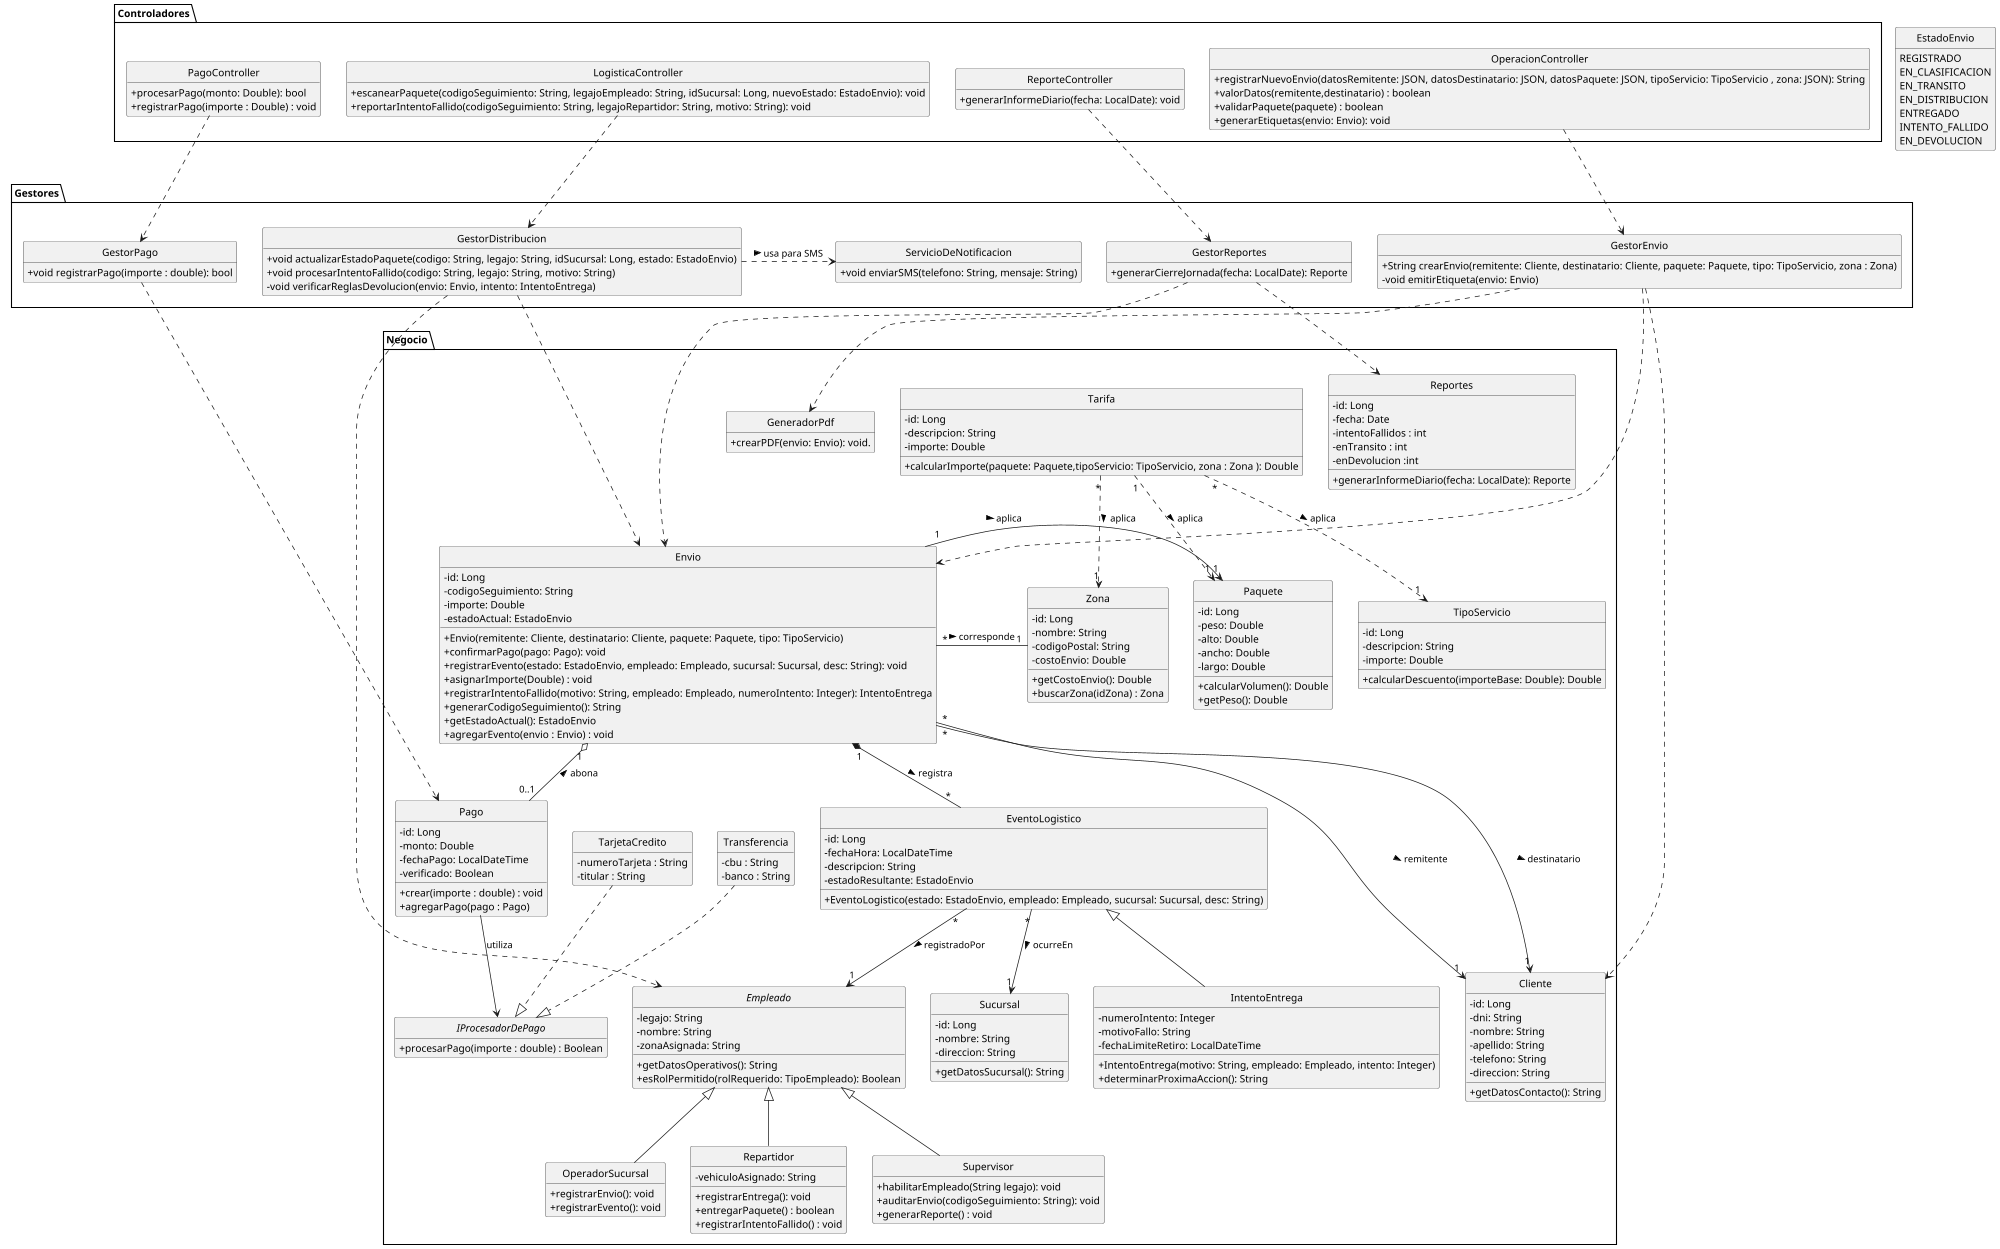
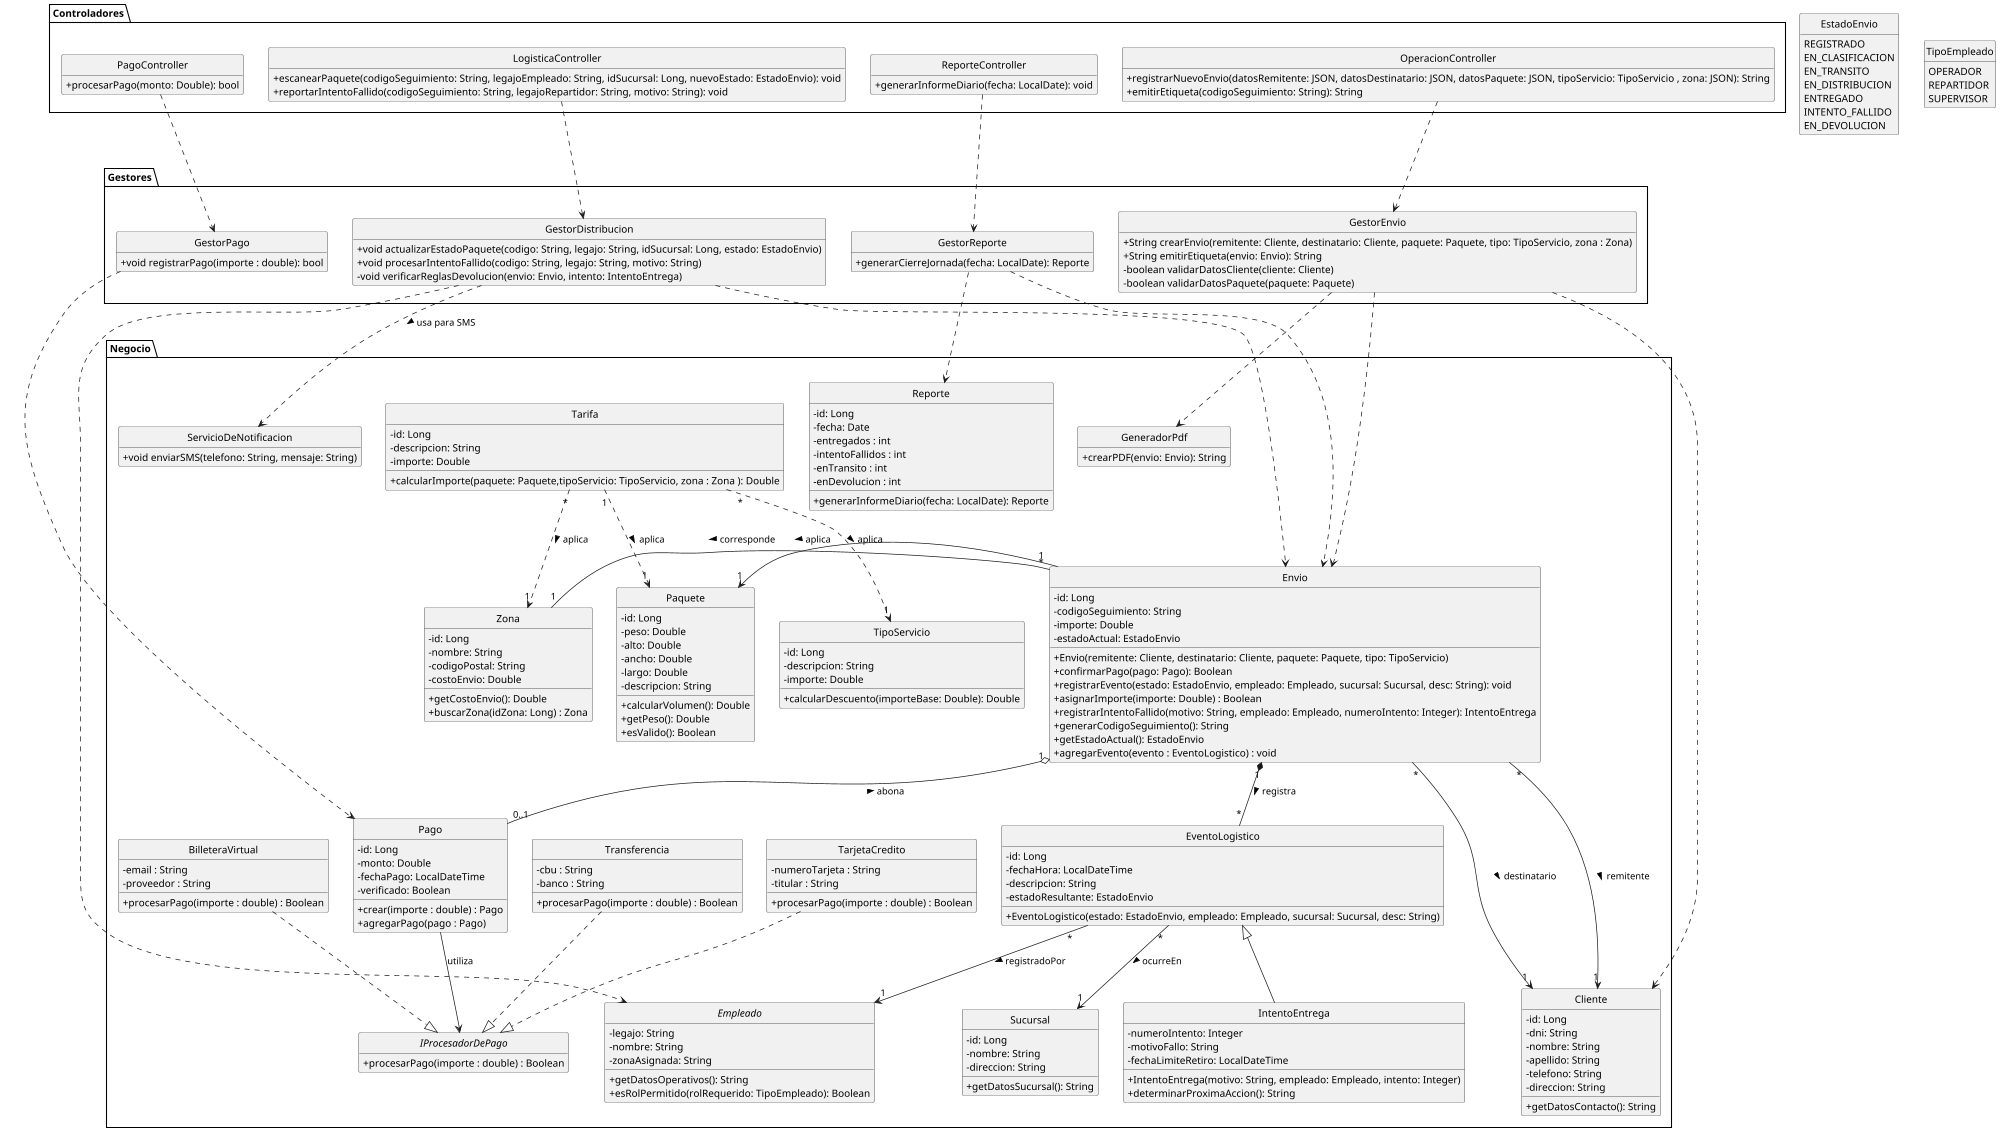
@startuml
scale max 2000 width
skinparam classAttributeIconSize 0
skinparam style strictuml
skinparam DefaultFontName "Arial"
hide empty members

- package Negocio{
-   ' interface Suscripcion {
- 
-   '   + esPrioritario(): Boolean
-   ' }
+ package Negocio {

  ' --- ENTIDADES DE DOMINIO (Lógica y Estado) ---
  class Cliente {
    - id: Long
    - dni: String
    - nombre: String
    - apellido: String
    - telefono: String
    - direccion: String
    + getDatosContacto(): String
  }

  class Envio {
    - id: Long
    - codigoSeguimiento: String
    - importe: Double
    - estadoActual: EstadoEnvio

    + Envio(remitente: Cliente, destinatario: Cliente, paquete: Paquete, tipo: TipoServicio)
-     + confirmarPago(pago: Pago): void
+     + confirmarPago(pago: Pago): Boolean
    + registrarEvento(estado: EstadoEnvio, empleado: Empleado, sucursal: Sucursal, desc: String): void
-     + asignarImporte(Double) : void
+     + asignarImporte(importe: Double) : Boolean
    + registrarIntentoFallido(motivo: String, empleado: Empleado, numeroIntento: Integer): IntentoEntrega
    + generarCodigoSeguimiento(): String
    + getEstadoActual(): EstadoEnvio
-     + agregarEvento(envio : Envio) : void
+     + agregarEvento(evento : EventoLogistico) : void
  }

  class TipoServicio{
    - id: Long
    - descripcion: String
    - importe: Double
    + calcularDescuento(importeBase: Double): Double
  }

  class Paquete {
    - id: Long
    - peso: Double
    - alto: Double
    - ancho: Double
    - largo: Double
+     - descripcion: String
    + calcularVolumen(): Double
    + getPeso(): Double
+     + esValido(): Boolean
  }

  class Pago {
    - id: Long
    - monto: Double
    - fechaPago: LocalDateTime
    - verificado: Boolean
-     + crear(importe : double) : void
+     + crear(importe : double) : Pago
    + agregarPago(pago : Pago)
  }

  interface IProcesadorDePago{
-     +procesarPago(importe : double) : Boolean
- }
- 
- class TarjetaCredito{
-     -numeroTarjeta : String
-     -titular : String
- }
- 
- class Transferencia{
-     -cbu : String
-     -banco : String
- }
- 
+     + procesarPago(importe : double) : Boolean
+   }
+ 
+   class TarjetaCredito{
+     - numeroTarjeta : String
+     - titular : String
+     + procesarPago(importe : double) : Boolean
+   }
+ 
+   class Transferencia{
+     - cbu : String
+     - banco : String
+     + procesarPago(importe : double) : Boolean
+   }
+ 
+   class BilleteraVirtual{
+     - email : String
+     - proveedor : String
+     + procesarPago(importe : double) : Boolean
+   }

  abstract class Empleado {
    - legajo: String
    - nombre: String
    - zonaAsignada: String
    + getDatosOperativos(): String
    + esRolPermitido(rolRequerido: TipoEmpleado): Boolean
  }

-   class OperadorSucursal {
-     + registrarEnvio(): void
-     + registrarEvento(): void
-   }
  class Sucursal{
    - id: Long
    - nombre: String
    - direccion: String
    + getDatosSucursal(): String
  }

-   class Repartidor {
-     - vehiculoAsignado: String
-     + registrarEntrega(): void
-     + entregarPaquete() : boolean
-     + registrarIntentoFallido() : void
-    }
- 
-   class Supervisor {
-     + habilitarEmpleado(String legajo): void
-     + auditarEnvio(codigoSeguimiento: String): void
- + generarReporte() : void
-   }
- 
-   class Reportes{
+   class Reporte{
    - id: Long
    - fecha: Date
+     - entregados : int
    - intentoFallidos : int
    - enTransito : int
-     - enDevolucion :int
+     - enDevolucion : int
    + generarInformeDiario(fecha: LocalDate): Reporte
- 
  }

 class Zona {
    - id: Long
    - nombre: String
    - codigoPostal: String
    - costoEnvio: Double
    + getCostoEnvio(): Double
-     + buscarZona(idZona) : Zona
-   }
- 
+     + buscarZona(idZona: Long) : Zona
+   }

  class Tarifa{
    - id: Long
    - descripcion: String
    - importe: Double
    + calcularImporte(paquete: Paquete,tipoServicio: TipoServicio, zona : Zona ): Double
  }

-   class EventoLogistico
- {
+   class EventoLogistico {
    - id: Long
    - fechaHora: LocalDateTime
    - descripcion: String
    - estadoResultante: EstadoEnvio
    + EventoLogistico(estado: EstadoEnvio, empleado: Empleado, sucursal: Sucursal, desc: String)
  }
- 
- '   class SuscripcionMensual
- ' {
- '     -fechaVencimiento : LocalDate
- '     -servicioPrioritario : boolean
- '     -descuento : double
- '   }
- '   note right of SuscripcionMensual
- '     La cardinalidad 0 a 1 indica que puede o no tener
- ' una suscripción. Con lo cual queda la clase anexada a cliente para un futuro
- 
- '   end note

  class IntentoEntrega {
    - numeroIntento: Integer
    - motivoFallo: String
    - fechaLimiteRetiro: LocalDateTime
    + IntentoEntrega(motivo: String, empleado: Empleado, intento: Integer)
    + determinarProximaAccion(): String
  }
-     class GeneradorPdf {
-     + crearPDF(envio: Envio): void.
-   }
- 
+ 
+   class GeneradorPdf {
+     + crearPDF(envio: Envio): String
+   }
+ 
+   class ServicioDeNotificacion {
+     + void enviarSMS(telefono: String, mensaje: String)
+   }
}

EventoLogistico <|-- IntentoEntrega
- Empleado <|-- OperadorSucursal
- Empleado <|-- Repartidor
- Empleado <|-- Supervisor
Pago --> IProcesadorDePago : utiliza
TarjetaCredito ..|> IProcesadorDePago
Transferencia ..|> IProcesadorDePago
- 
- 
- 
+ BilleteraVirtual ..|> IProcesadorDePago

' --- CAPA DE CONTROLADORES (Interfaces externas / API) ---
package Controladores {
  class OperacionController {
    + registrarNuevoEnvio(datosRemitente: JSON, datosDestinatario: JSON, datosPaquete: JSON, tipoServicio: TipoServicio , zona: JSON): String
-     + valorDatos(remitente,destinatario) : boolean
-     + validarPaquete(paquete) : boolean
-     + generarEtiquetas(envio: Envio): void
+     + emitirEtiqueta(codigoSeguimiento: String): String
  }

  class LogisticaController {
    + escanearPaquete(codigoSeguimiento: String, legajoEmpleado: String, idSucursal: Long, nuevoEstado: EstadoEnvio): void
    + reportarIntentoFallido(codigoSeguimiento: String, legajoRepartidor: String, motivo: String): void
  }

  class ReporteController {
    + generarInformeDiario(fecha: LocalDate): void
  }

  class PagoController {
    + procesarPago(monto: Double): bool
-     + registrarPago(importe : Double) : void
-   }
- 
- 
+   }
}

' --- CAPA DE GESTORES (Servicios de Aplicación / Casos de Uso) ---
package Gestores {
  class GestorEnvio {
    + String crearEnvio(remitente: Cliente, destinatario: Cliente, paquete: Paquete, tipo: TipoServicio, zona : Zona)
-     - void emitirEtiqueta(envio: Envio)
+     + String emitirEtiqueta(envio: Envio): String
+     - boolean validarDatosCliente(cliente: Cliente)
+     - boolean validarDatosPaquete(paquete: Paquete)
  }

  class GestorDistribucion {
    + void actualizarEstadoPaquete(codigo: String, legajo: String, idSucursal: Long, estado: EstadoEnvio)
    + void procesarIntentoFallido(codigo: String, legajo: String, motivo: String)
    - void verificarReglasDevolucion(envio: Envio, intento: IntentoEntrega)
  }

-   class ServicioDeNotificacion {
-     + void enviarSMS(telefono: String, mensaje: String)
-   }
- 
-   class GestorReportes {
+   class GestorReporte {
    + generarCierreJornada(fecha: LocalDate): Reporte
  }
+ 
  class GestorPago {
    + void registrarPago(importe : double): bool
  }
- 
}

' --- ENUMS E INTERFACES ---
- 
enum EstadoEnvio {
  REGISTRADO
  EN_CLASIFICACION
  EN_TRANSITO
  EN_DISTRIBUCION
  ENTREGADO
  INTENTO_FALLIDO
  EN_DEVOLUCION
}
+ 
+ enum TipoEmpleado {
+   OPERADOR
+   REPARTIDOR
+   SUPERVISOR
+ }
+ 
' --- DEPENDENCIAS ARQUITECTÓNICAS (Controladores -> Gestores -> Dominio) ---

' 1. Forzamos que los controladores apunten estrictamente HACIA ABAJO a los gestores
OperacionController .down.> GestorEnvio
LogisticaController .down.> GestorDistribucion
- ReporteController .down.> GestorReportes
+ ReporteController .down.> GestorReporte
PagoController .down.> GestorPago

' 2. Forzamos que los gestores apunten HACIA ABAJO a las entidades de dominio
GestorPago .down.> Pago
GestorEnvio .down.> Envio
GestorEnvio .down.> Cliente
GestorDistribucion .down.> Envio
GestorDistribucion .down.> Empleado
GestorEnvio .down.> GeneradorPdf

- 
- 
' 3. Usamos direcciones laterales (derecha/izquierda) para servicios transversales
GestorDistribucion .right.> ServicioDeNotificacion : usa para SMS >
- GestorReportes .down.> Reportes
- GestorReportes .down.> Envio
+ GestorReporte .down.> Reporte
+ GestorReporte .down.> Envio

' --- RELACIONES ESTRUCTURALES (Entidades de Dominio) ---

- ' Alargar las flechas (usando más guiones) ayuda a separar las entidades principales
Envio "*" ---> "1" Cliente : remitente >
Envio "*" ---> "1" Cliente : destinatario >

Envio "1" o-- "0..1" Pago : abona <
Envio "1" *-- "*" EventoLogistico : registra >
Envio "*" -left- "1" Zona : corresponde >
Envio "1" -right-> "1" Paquete : aplica >

- ' Agrupamos la lógica de tarifas para que no se disperse por el diagrama
Tarifa "*" .down.> "1" Zona : aplica >
Tarifa "*" .down.> "1" TipoServicio : aplica >
Tarifa "1" .down.> "1" Paquete : aplica >

- 
- ' SuscripcionMensual "0" -up-> "1" Cliente : perteneceA >
- 
EventoLogistico "*" --> "1" Empleado : registradoPor >
EventoLogistico "*" --> "1" Sucursal : ocurreEn >
- @enduml
+ @enduml